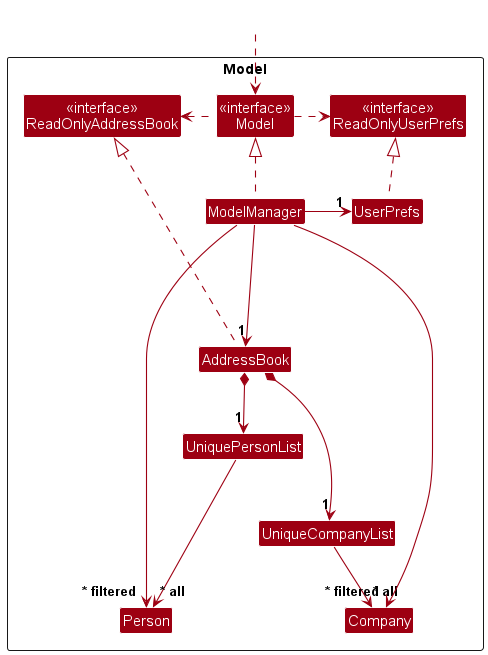
This is docs/images/ModelClassDiagram.png from oeggy03/tp, a PlantUML export, as it was before one commit.
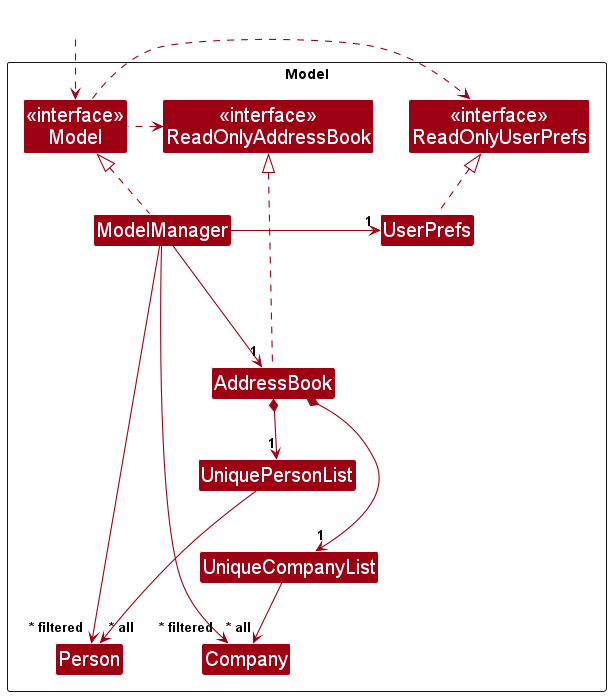
The same diagram one commit later.

Diff of the diagram source:
```diff
@@ -37,10 +37,11 @@
 UniquePersonList --> "~* all" Person
 
 AddressBook *---> "1" UniqueCompanyList
-UniqueCompanyList --> "~* all" Company
+UniqueCompanyList -down-> "~* all" Company
 
 Person -[hidden]up--> I
 UniquePersonList -[hidden]right-> I
+UniqueCompanyList -[hidden]left-> UniquePersonList
 
 ModelManager --> "~* filtered" Person
 ModelManager --> "~* filtered" Company
```
